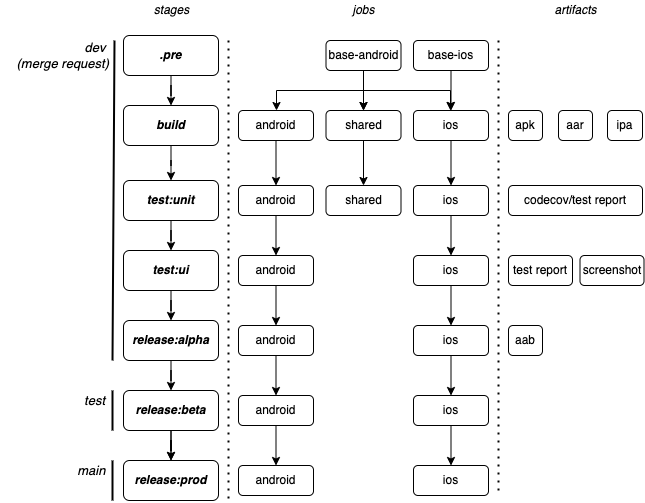
Earlier version of the draw.io export img/tesi-11-cicd.drawio.png (paganellif/tesi-paganelli). Source tidied: cells renumbered, new cells last; positions are measured from the earlier drawing's top-left corner, leaving out a move shared by most shapes. Its diagram source:
```xml
<mxGraphModel>
  <root>
    <mxCell id="0" />
    <mxCell id="1" parent="0" />
    <mxCell id="2" style="edgeStyle=orthogonalEdgeStyle;rounded=0;jettySize=auto;html=1;" parent="1" edge="1" source="3" target="18">
      <mxGeometry relative="1" as="geometry" />
    </mxCell>
    <mxCell id="3" value="&lt;b&gt;&lt;i&gt;test:unit&lt;/i&gt;&lt;/b&gt;" style="rounded=1;whiteSpace=wrap;html=1;" parent="1" vertex="1">
      <mxGeometry x="123" y="180" width="95" height="40" as="geometry" />
    </mxCell>
    <mxCell id="4" style="edgeStyle=orthogonalEdgeStyle;rounded=0;jettySize=auto;html=1;" parent="1" edge="1" source="33" target="3">
      <mxGeometry relative="1" as="geometry" />
    </mxCell>
    <mxCell id="5" style="endArrow=none;dashed=1;html=1;dashPattern=1 3;strokeWidth=2;rounded=0;" parent="1" edge="1">
      <mxGeometry relative="1" as="geometry">
        <mxPoint x="228" y="40" as="sourcePoint" />
        <mxPoint x="228" y="500" as="targetPoint" />
      </mxGeometry>
    </mxCell>
    <mxCell id="6" style="endArrow=none;dashed=1;html=1;dashPattern=1 3;strokeWidth=2;rounded=0;" parent="1" edge="1">
      <mxGeometry relative="1" as="geometry">
        <mxPoint x="498" y="40" as="sourcePoint" />
        <mxPoint x="498" y="490" as="targetPoint" />
      </mxGeometry>
    </mxCell>
    <mxCell id="7" value="&lt;i&gt;stages&lt;/i&gt;" style="text;html=1;align=center;verticalAlign=middle;strokeColor=none;fillColor=none;" parent="1" vertex="1">
      <mxGeometry x="145.5" width="50" height="20" as="geometry" />
    </mxCell>
    <mxCell id="8" value="&lt;i&gt;jobs&lt;/i&gt;" style="text;html=1;align=center;verticalAlign=middle;strokeColor=none;fillColor=none;" parent="1" vertex="1">
      <mxGeometry x="343" width="40" height="20" as="geometry" />
    </mxCell>
    <mxCell id="9" value="&lt;i&gt;artifacts&lt;/i&gt;" style="text;html=1;align=center;verticalAlign=middle;strokeColor=none;fillColor=none;" parent="1" vertex="1">
      <mxGeometry x="545" width="60" height="20" as="geometry" />
    </mxCell>
    <mxCell id="10" value="codecov/test report" style="rounded=1;whiteSpace=wrap;html=1;" parent="1" vertex="1">
      <mxGeometry x="508" y="185" width="134" height="30" as="geometry" />
    </mxCell>
    <mxCell id="11" value="android" style="rounded=1;whiteSpace=wrap;html=1;" parent="1" vertex="1">
      <mxGeometry x="238" y="110" width="75" height="30" as="geometry" />
    </mxCell>
    <mxCell id="12" style="edgeStyle=orthogonalEdgeStyle;rounded=0;jettySize=auto;html=1;entryX=0.5;entryY=0;entryDx=0;entryDy=0;" parent="1" edge="1" source="13" target="21">
      <mxGeometry relative="1" as="geometry" />
    </mxCell>
    <mxCell id="13" value="android" style="rounded=1;whiteSpace=wrap;html=1;" parent="1" vertex="1">
      <mxGeometry x="238" y="185" width="75" height="30" as="geometry" />
    </mxCell>
    <mxCell id="14" style="edgeStyle=orthogonalEdgeStyle;rounded=0;jettySize=auto;html=1;" parent="1" edge="1" target="13">
      <mxGeometry relative="1" as="geometry">
        <mxPoint x="275.5" y="140" as="sourcePoint" />
      </mxGeometry>
    </mxCell>
    <mxCell id="15" value="apk" style="rounded=1;whiteSpace=wrap;html=1;" parent="1" vertex="1">
      <mxGeometry x="508" y="110" width="34" height="30" as="geometry" />
    </mxCell>
    <mxCell id="16" value="ipa" style="rounded=1;whiteSpace=wrap;html=1;" parent="1" vertex="1">
      <mxGeometry x="607" y="110" width="35" height="30" as="geometry" />
    </mxCell>
    <mxCell id="17" style="edgeStyle=orthogonalEdgeStyle;rounded=0;jettySize=auto;html=1;entryX=0.5;entryY=0;entryDx=0;entryDy=0;" parent="1" edge="1" source="18" target="35">
      <mxGeometry relative="1" as="geometry" />
    </mxCell>
    <mxCell id="18" value="&lt;b&gt;&lt;i&gt;test:ui&lt;/i&gt;&lt;/b&gt;" style="rounded=1;whiteSpace=wrap;html=1;" parent="1" vertex="1">
      <mxGeometry x="123" y="250" width="95" height="40" as="geometry" />
    </mxCell>
    <mxCell id="19" value="test report" style="rounded=1;whiteSpace=wrap;html=1;" parent="1" vertex="1">
      <mxGeometry x="508" y="255" width="64" height="30" as="geometry" />
    </mxCell>
    <mxCell id="20" style="edgeStyle=orthogonalEdgeStyle;rounded=0;jettySize=auto;html=1;" parent="1" edge="1" source="21" target="26">
      <mxGeometry relative="1" as="geometry" />
    </mxCell>
    <mxCell id="21" value="android" style="rounded=1;whiteSpace=wrap;html=1;" parent="1" vertex="1">
      <mxGeometry x="238" y="255" width="75" height="30" as="geometry" />
    </mxCell>
    <mxCell id="22" style="edgeStyle=orthogonalEdgeStyle;rounded=0;jettySize=auto;html=1;" parent="1" edge="1" source="24" target="27">
      <mxGeometry relative="1" as="geometry" />
    </mxCell>
    <mxCell id="23" style="edgeStyle=orthogonalEdgeStyle;rounded=0;jettySize=auto;html=1;" parent="1" edge="1" source="24" target="27">
      <mxGeometry relative="1" as="geometry" />
    </mxCell>
    <mxCell id="24" value="&lt;b&gt;&lt;i&gt;release:beta&lt;/i&gt;&lt;/b&gt;" style="rounded=1;whiteSpace=wrap;html=1;" parent="1" vertex="1">
      <mxGeometry x="123" y="390" width="95" height="40" as="geometry" />
    </mxCell>
    <mxCell id="25" style="edgeStyle=orthogonalEdgeStyle;rounded=0;jettySize=auto;html=1;" parent="1" edge="1" source="26" target="29">
      <mxGeometry relative="1" as="geometry" />
    </mxCell>
    <mxCell id="26" value="android" style="rounded=1;whiteSpace=wrap;html=1;" parent="1" vertex="1">
      <mxGeometry x="238" y="325" width="75" height="30" as="geometry" />
    </mxCell>
    <mxCell id="27" value="&lt;b&gt;&lt;i&gt;release:prod&lt;/i&gt;&lt;/b&gt;" style="rounded=1;whiteSpace=wrap;html=1;" parent="1" vertex="1">
      <mxGeometry x="123" y="460" width="95" height="40" as="geometry" />
    </mxCell>
    <mxCell id="28" style="edgeStyle=orthogonalEdgeStyle;rounded=0;jettySize=auto;html=1;" parent="1" edge="1" source="29" target="39">
      <mxGeometry relative="1" as="geometry" />
    </mxCell>
    <mxCell id="29" value="android" style="rounded=1;whiteSpace=wrap;html=1;" parent="1" vertex="1">
      <mxGeometry x="238" y="395" width="75" height="30" as="geometry" />
    </mxCell>
    <mxCell id="30" style="endArrow=none;html=1;rounded=0;strokeWidth=2;" parent="1" edge="1">
      <mxGeometry relative="1" as="geometry">
        <mxPoint x="112" y="360" as="sourcePoint" />
        <mxPoint x="114" y="40" as="targetPoint" />
      </mxGeometry>
    </mxCell>
    <mxCell id="31" value="&lt;i style=&quot;font-size: 13px;&quot;&gt;&amp;nbsp; &amp;nbsp;dev &lt;br style=&quot;font-size: 13px;&quot;&gt;(merge request)&lt;/i&gt;" style="text;html=1;align=right;verticalAlign=middle;strokeColor=none;fillColor=none;fontSize=13;" parent="1" vertex="1">
      <mxGeometry y="35" width="110" height="40" as="geometry" />
    </mxCell>
    <mxCell id="32" value="&lt;i style=&quot;font-size: 13px;&quot;&gt;main&amp;nbsp;&lt;/i&gt;" style="text;html=1;align=right;verticalAlign=middle;strokeColor=none;fillColor=none;fontSize=13;" parent="1" vertex="1">
      <mxGeometry x="60" y="460" width="50" height="20" as="geometry" />
    </mxCell>
    <mxCell id="33" value="&lt;b&gt;&lt;i&gt;build&lt;/i&gt;&lt;/b&gt;" style="rounded=1;whiteSpace=wrap;html=1;" parent="1" vertex="1">
      <mxGeometry x="123" y="105" width="95" height="40" as="geometry" />
    </mxCell>
    <mxCell id="34" style="edgeStyle=orthogonalEdgeStyle;rounded=0;jettySize=auto;html=1;" parent="1" edge="1" source="35" target="24">
      <mxGeometry relative="1" as="geometry" />
    </mxCell>
    <mxCell id="35" value="&lt;b&gt;&lt;i&gt;release:alpha&lt;/i&gt;&lt;/b&gt;" style="rounded=1;whiteSpace=wrap;html=1;" parent="1" vertex="1">
      <mxGeometry x="123" y="320" width="95" height="40" as="geometry" />
    </mxCell>
    <mxCell id="36" value="shared" style="rounded=1;whiteSpace=wrap;html=1;" parent="1" vertex="1">
      <mxGeometry x="325.5" y="110" width="75" height="30" as="geometry" />
    </mxCell>
    <mxCell id="37" value="shared" style="rounded=1;whiteSpace=wrap;html=1;" parent="1" vertex="1">
      <mxGeometry x="325.5" y="185" width="75" height="30" as="geometry" />
    </mxCell>
    <mxCell id="38" style="edgeStyle=orthogonalEdgeStyle;rounded=0;jettySize=auto;html=1;" parent="1" edge="1" target="37">
      <mxGeometry relative="1" as="geometry">
        <mxPoint x="363" y="140" as="sourcePoint" />
      </mxGeometry>
    </mxCell>
    <mxCell id="39" value="android" style="rounded=1;whiteSpace=wrap;html=1;" parent="1" vertex="1">
      <mxGeometry x="238" y="465" width="75" height="30" as="geometry" />
    </mxCell>
    <mxCell id="40" value="ios" style="rounded=1;whiteSpace=wrap;html=1;" parent="1" vertex="1">
      <mxGeometry x="413" y="110" width="75" height="30" as="geometry" />
    </mxCell>
    <mxCell id="41" style="edgeStyle=orthogonalEdgeStyle;rounded=0;jettySize=auto;html=1;entryX=0.5;entryY=0;entryDx=0;entryDy=0;" parent="1" edge="1" source="42" target="45">
      <mxGeometry relative="1" as="geometry" />
    </mxCell>
    <mxCell id="42" value="ios" style="rounded=1;whiteSpace=wrap;html=1;" parent="1" vertex="1">
      <mxGeometry x="413" y="185" width="75" height="30" as="geometry" />
    </mxCell>
    <mxCell id="43" style="edgeStyle=orthogonalEdgeStyle;rounded=0;jettySize=auto;html=1;" parent="1" edge="1" target="42">
      <mxGeometry relative="1" as="geometry">
        <mxPoint x="450.5" y="140" as="sourcePoint" />
      </mxGeometry>
    </mxCell>
    <mxCell id="44" style="edgeStyle=orthogonalEdgeStyle;rounded=0;jettySize=auto;html=1;" parent="1" edge="1" source="45" target="47">
      <mxGeometry relative="1" as="geometry" />
    </mxCell>
    <mxCell id="45" value="ios" style="rounded=1;whiteSpace=wrap;html=1;" parent="1" vertex="1">
      <mxGeometry x="413" y="255" width="75" height="30" as="geometry" />
    </mxCell>
    <mxCell id="46" style="edgeStyle=orthogonalEdgeStyle;rounded=0;jettySize=auto;html=1;" parent="1" edge="1" source="47" target="49">
      <mxGeometry relative="1" as="geometry" />
    </mxCell>
    <mxCell id="47" value="ios" style="rounded=1;whiteSpace=wrap;html=1;" parent="1" vertex="1">
      <mxGeometry x="413" y="325" width="75" height="30" as="geometry" />
    </mxCell>
    <mxCell id="48" style="edgeStyle=orthogonalEdgeStyle;rounded=0;jettySize=auto;html=1;" parent="1" edge="1" source="49" target="50">
      <mxGeometry relative="1" as="geometry" />
    </mxCell>
    <mxCell id="49" value="ios" style="rounded=1;whiteSpace=wrap;html=1;" parent="1" vertex="1">
      <mxGeometry x="413" y="395" width="75" height="30" as="geometry" />
    </mxCell>
    <mxCell id="50" value="ios" style="rounded=1;whiteSpace=wrap;html=1;" parent="1" vertex="1">
      <mxGeometry x="413" y="465" width="75" height="30" as="geometry" />
    </mxCell>
    <mxCell id="51" value="&lt;i style=&quot;font-size: 13px;&quot;&gt;test&lt;/i&gt;" style="text;html=1;align=right;verticalAlign=middle;strokeColor=none;fillColor=none;fontSize=13;" parent="1" vertex="1">
      <mxGeometry x="66" y="385" width="40" height="30" as="geometry" />
    </mxCell>
    <mxCell id="52" style="endArrow=none;html=1;rounded=0;strokeWidth=2;" parent="1" edge="1">
      <mxGeometry relative="1" as="geometry">
        <mxPoint x="112" y="390" as="sourcePoint" />
        <mxPoint x="112" y="430" as="targetPoint" />
      </mxGeometry>
    </mxCell>
    <mxCell id="53" style="endArrow=none;html=1;rounded=0;strokeWidth=2;" parent="1" edge="1">
      <mxGeometry relative="1" as="geometry">
        <mxPoint x="112" y="460" as="sourcePoint" />
        <mxPoint x="112" y="500" as="targetPoint" />
      </mxGeometry>
    </mxCell>
    <mxCell id="54" style="edgeStyle=orthogonalEdgeStyle;rounded=0;jettySize=auto;html=1;" parent="1" edge="1" source="55">
      <mxGeometry relative="1" as="geometry">
        <mxPoint x="170.5" y="105" as="targetPoint" />
      </mxGeometry>
    </mxCell>
    <mxCell id="55" value="&lt;b&gt;&lt;i&gt;.pre&lt;/i&gt;&lt;/b&gt;" style="rounded=1;whiteSpace=wrap;html=1;" parent="1" vertex="1">
      <mxGeometry x="123" y="35" width="95" height="40" as="geometry" />
    </mxCell>
    <mxCell id="56" style="edgeStyle=orthogonalEdgeStyle;rounded=0;jettySize=auto;html=1;" parent="1" edge="1" source="60">
      <mxGeometry relative="1" as="geometry">
        <mxPoint x="363" y="110" as="targetPoint" />
      </mxGeometry>
    </mxCell>
    <mxCell id="57" style="edgeStyle=orthogonalEdgeStyle;rounded=0;jettySize=auto;html=1;" parent="1" edge="1" source="60">
      <mxGeometry relative="1" as="geometry">
        <mxPoint x="363" y="110" as="targetPoint" />
      </mxGeometry>
    </mxCell>
    <mxCell id="58" style="edgeStyle=orthogonalEdgeStyle;rounded=0;jettySize=auto;html=1;" parent="1" edge="1" source="60">
      <mxGeometry relative="1" as="geometry">
        <mxPoint x="276" y="110" as="targetPoint" />
        <Array as="points">
          <mxPoint x="363" y="90" />
          <mxPoint x="276" y="90" />
        </Array>
      </mxGeometry>
    </mxCell>
    <mxCell id="59" style="edgeStyle=orthogonalEdgeStyle;rounded=0;jettySize=auto;html=1;" parent="1" edge="1" source="60">
      <mxGeometry relative="1" as="geometry">
        <mxPoint x="450" y="110" as="targetPoint" />
        <Array as="points">
          <mxPoint x="363" y="90" />
          <mxPoint x="450" y="90" />
        </Array>
      </mxGeometry>
    </mxCell>
    <mxCell id="60" value="base-android" style="rounded=1;whiteSpace=wrap;html=1;" parent="1" vertex="1">
      <mxGeometry x="325.5" y="40" width="75" height="30" as="geometry" />
    </mxCell>
    <mxCell id="61" style="edgeStyle=orthogonalEdgeStyle;rounded=0;jettySize=auto;html=1;" parent="1" edge="1" source="62">
      <mxGeometry relative="1" as="geometry">
        <mxPoint x="450.5" y="110" as="targetPoint" />
      </mxGeometry>
    </mxCell>
    <mxCell id="62" value="base-ios" style="rounded=1;whiteSpace=wrap;html=1;" parent="1" vertex="1">
      <mxGeometry x="413" y="40" width="75" height="30" as="geometry" />
    </mxCell>
    <mxCell id="63" value="aar" style="rounded=1;whiteSpace=wrap;html=1;" parent="1" vertex="1">
      <mxGeometry x="558" y="110" width="34" height="30" as="geometry" />
    </mxCell>
    <mxCell id="64" value="screenshot" style="rounded=1;whiteSpace=wrap;html=1;" parent="1" vertex="1">
      <mxGeometry x="579.5" y="255" width="64" height="30" as="geometry" />
    </mxCell>
    <mxCell id="65" value="aab" style="rounded=1;whiteSpace=wrap;html=1;" parent="1" vertex="1">
      <mxGeometry x="508" y="325" width="34" height="30" as="geometry" />
    </mxCell>
  </root>
</mxGraphModel>
```
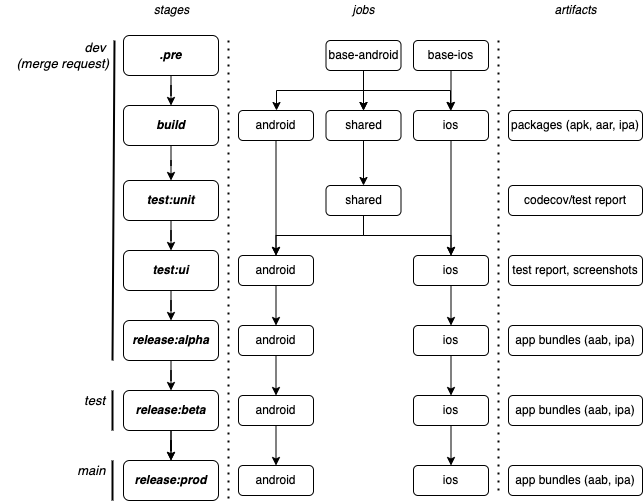
After the commit.

Change to the diagram source:
```diff
@@ -38,31 +38,25 @@
     <mxCell id="11" value="android" style="rounded=1;whiteSpace=wrap;html=1;" parent="1" vertex="1">
       <mxGeometry x="238" y="110" width="75" height="30" as="geometry" />
     </mxCell>
-    <mxCell id="12" style="edgeStyle=orthogonalEdgeStyle;rounded=0;jettySize=auto;html=1;entryX=0.5;entryY=0;entryDx=0;entryDy=0;" parent="1" edge="1" source="13" target="21">
+    <mxCell id="12" style="edgeStyle=orthogonalEdgeStyle;rounded=0;jettySize=auto;html=1;entryX=0.5;entryY=0;entryDx=0;entryDy=0;exitX=0.5;exitY=1;exitDx=0;exitDy=0;" parent="1" edge="1" source="37" target="21">
       <mxGeometry relative="1" as="geometry" />
     </mxCell>
-    <mxCell id="13" value="android" style="rounded=1;whiteSpace=wrap;html=1;" parent="1" vertex="1">
-      <mxGeometry x="238" y="185" width="75" height="30" as="geometry" />
-    </mxCell>
-    <mxCell id="14" style="edgeStyle=orthogonalEdgeStyle;rounded=0;jettySize=auto;html=1;" parent="1" edge="1" target="13">
+    <mxCell id="14" style="edgeStyle=orthogonalEdgeStyle;rounded=0;jettySize=auto;html=1;entryX=0.5;entryY=0;entryDx=0;entryDy=0;" parent="1" edge="1" target="21">
       <mxGeometry relative="1" as="geometry">
         <mxPoint x="275.5" y="140" as="sourcePoint" />
       </mxGeometry>
     </mxCell>
-    <mxCell id="15" value="apk" style="rounded=1;whiteSpace=wrap;html=1;" parent="1" vertex="1">
-      <mxGeometry x="508" y="110" width="34" height="30" as="geometry" />
+    <mxCell id="15" value="packages (apk, aar, ipa)" style="rounded=1;whiteSpace=wrap;html=1;" parent="1" vertex="1">
+      <mxGeometry x="508" y="110" width="134" height="30" as="geometry" />
     </mxCell>
-    <mxCell id="16" value="ipa" style="rounded=1;whiteSpace=wrap;html=1;" parent="1" vertex="1">
-      <mxGeometry x="607" y="110" width="35" height="30" as="geometry" />
-    </mxCell>
     <mxCell id="17" style="edgeStyle=orthogonalEdgeStyle;rounded=0;jettySize=auto;html=1;entryX=0.5;entryY=0;entryDx=0;entryDy=0;" parent="1" edge="1" source="18" target="35">
       <mxGeometry relative="1" as="geometry" />
     </mxCell>
     <mxCell id="18" value="&lt;b&gt;&lt;i&gt;test:ui&lt;/i&gt;&lt;/b&gt;" style="rounded=1;whiteSpace=wrap;html=1;" parent="1" vertex="1">
       <mxGeometry x="123" y="250" width="95" height="40" as="geometry" />
     </mxCell>
-    <mxCell id="19" value="test report" style="rounded=1;whiteSpace=wrap;html=1;" parent="1" vertex="1">
-      <mxGeometry x="508" y="255" width="64" height="30" as="geometry" />
+    <mxCell id="19" value="test report, screenshots" style="rounded=1;whiteSpace=wrap;html=1;" parent="1" vertex="1">
+      <mxGeometry x="508" y="255" width="134" height="30" as="geometry" />
     </mxCell>
     <mxCell id="20" style="edgeStyle=orthogonalEdgeStyle;rounded=0;jettySize=auto;html=1;" parent="1" edge="1" source="21" target="26">
       <mxGeometry relative="1" as="geometry" />
@@ -129,20 +123,15 @@
     <mxCell id="39" value="android" style="rounded=1;whiteSpace=wrap;html=1;" parent="1" vertex="1">
       <mxGeometry x="238" y="465" width="75" height="30" as="geometry" />
     </mxCell>
+    <mxCell id="66" style="edgeStyle=orthogonalEdgeStyle;rounded=0;jettySize=auto;html=1;" parent="1" edge="1" source="40" target="45">
+      <mxGeometry relative="1" as="geometry" />
+    </mxCell>
     <mxCell id="40" value="ios" style="rounded=1;whiteSpace=wrap;html=1;" parent="1" vertex="1">
       <mxGeometry x="413" y="110" width="75" height="30" as="geometry" />
     </mxCell>
-    <mxCell id="41" style="edgeStyle=orthogonalEdgeStyle;rounded=0;jettySize=auto;html=1;entryX=0.5;entryY=0;entryDx=0;entryDy=0;" parent="1" edge="1" source="42" target="45">
+    <mxCell id="41" style="edgeStyle=orthogonalEdgeStyle;rounded=0;jettySize=auto;html=1;entryX=0.5;entryY=0;entryDx=0;entryDy=0;exitX=0.5;exitY=1;exitDx=0;exitDy=0;" parent="1" edge="1" source="37" target="45">
       <mxGeometry relative="1" as="geometry" />
     </mxCell>
-    <mxCell id="42" value="ios" style="rounded=1;whiteSpace=wrap;html=1;" parent="1" vertex="1">
-      <mxGeometry x="413" y="185" width="75" height="30" as="geometry" />
-    </mxCell>
-    <mxCell id="43" style="edgeStyle=orthogonalEdgeStyle;rounded=0;jettySize=auto;html=1;" parent="1" edge="1" target="42">
-      <mxGeometry relative="1" as="geometry">
-        <mxPoint x="450.5" y="140" as="sourcePoint" />
-      </mxGeometry>
-    </mxCell>
     <mxCell id="44" style="edgeStyle=orthogonalEdgeStyle;rounded=0;jettySize=auto;html=1;" parent="1" edge="1" source="45" target="47">
       <mxGeometry relative="1" as="geometry" />
     </mxCell>
@@ -226,14 +215,14 @@
     <mxCell id="62" value="base-ios" style="rounded=1;whiteSpace=wrap;html=1;" parent="1" vertex="1">
       <mxGeometry x="413" y="40" width="75" height="30" as="geometry" />
     </mxCell>
-    <mxCell id="63" value="aar" style="rounded=1;whiteSpace=wrap;html=1;" parent="1" vertex="1">
-      <mxGeometry x="558" y="110" width="34" height="30" as="geometry" />
-    </mxCell>
-    <mxCell id="64" value="screenshot" style="rounded=1;whiteSpace=wrap;html=1;" parent="1" vertex="1">
-      <mxGeometry x="579.5" y="255" width="64" height="30" as="geometry" />
-    </mxCell>
-    <mxCell id="65" value="aab" style="rounded=1;whiteSpace=wrap;html=1;" parent="1" vertex="1">
-      <mxGeometry x="508" y="325" width="34" height="30" as="geometry" />
+    <mxCell id="65" value="app bundles (aab, ipa)" style="rounded=1;whiteSpace=wrap;html=1;" parent="1" vertex="1">
+      <mxGeometry x="508" y="325" width="134" height="30" as="geometry" />
     </mxCell>
+    <mxCell id="67" value="app bundles (aab, ipa)" style="rounded=1;whiteSpace=wrap;html=1;" parent="1" vertex="1">
+      <mxGeometry x="508" y="395" width="134" height="30" as="geometry" />
+    </mxCell>
+    <mxCell id="68" value="app bundles (aab, ipa)" style="rounded=1;whiteSpace=wrap;html=1;" parent="1" vertex="1">
+      <mxGeometry x="508" y="465" width="134" height="30" as="geometry" />
+    </mxCell>
   </root>
 </mxGraphModel>
```
